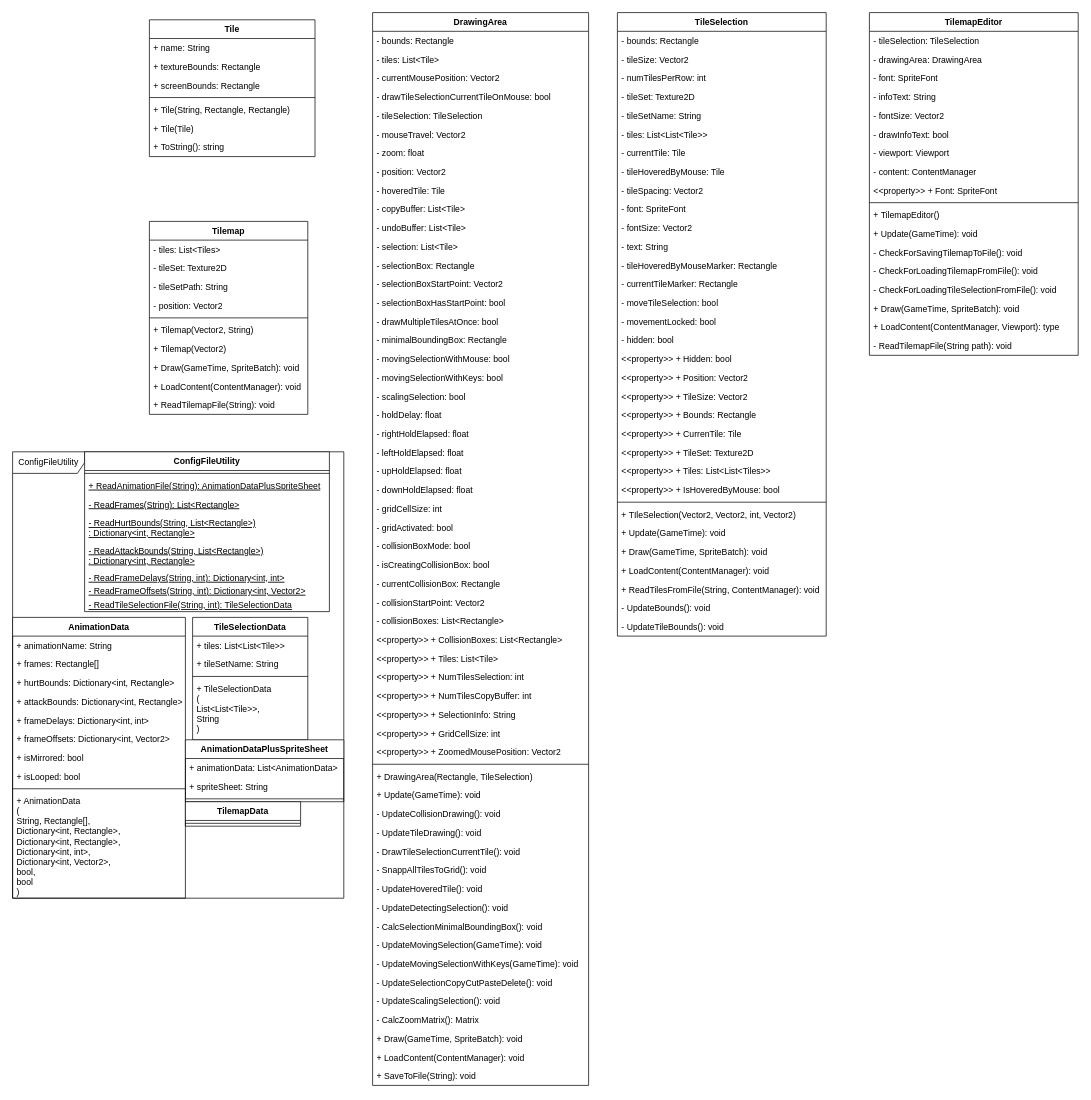
Dante3085/TilemapEditor keeps this draw.io diagram as TilemapEditor.drawio. Above is the earlier version. Source tidied: cells renumbered, new cells numbered last; positions are measured from the earlier drawing's top-left corner, leaving out a move shared by most shapes. Both pictures are drawn from the tidied source at 72%, with x=0, y=0 at pixel (12, 12).
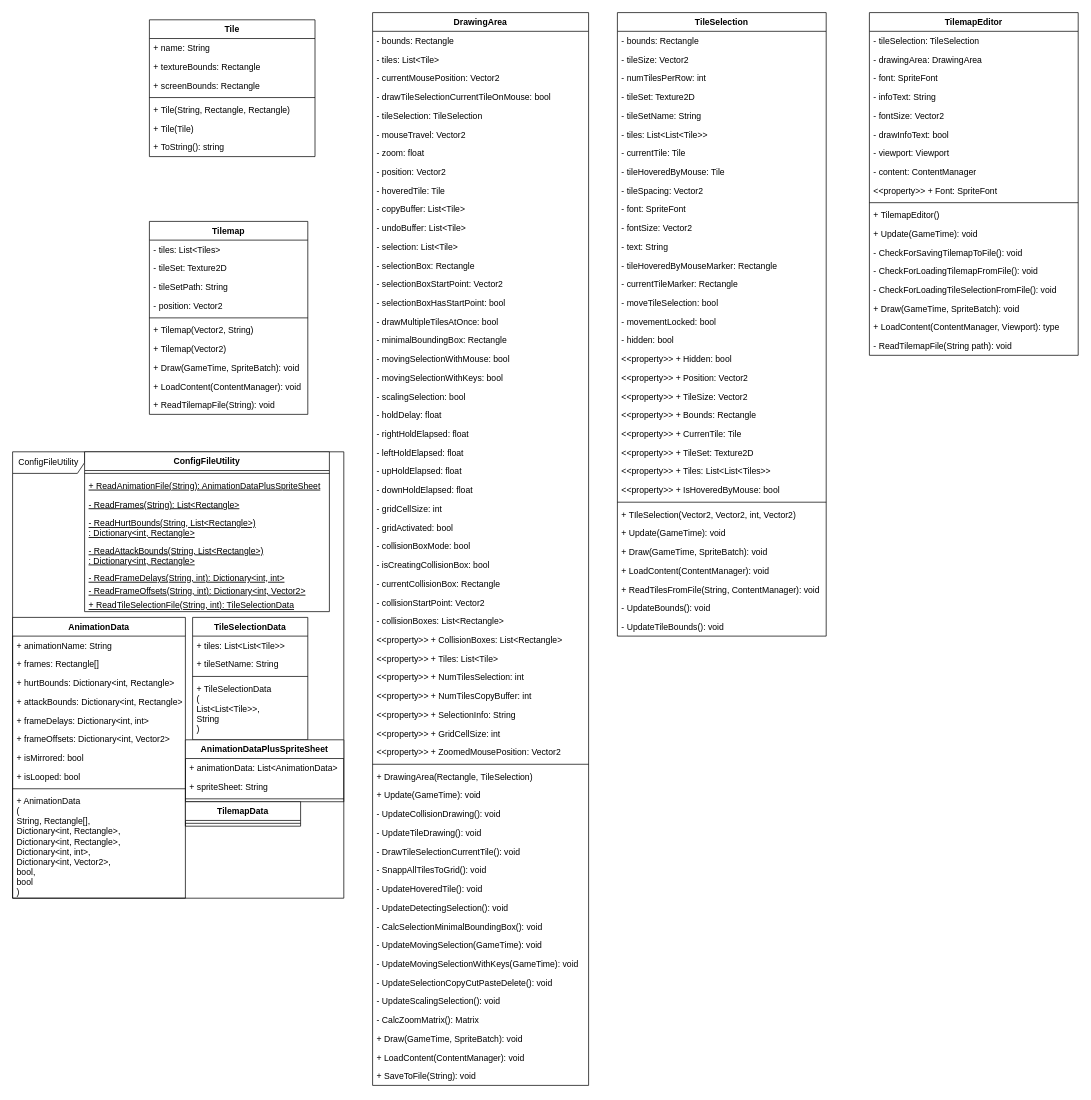
The same page after the edit.

Commit message:
Update Uml diagram

Unchanged cells that the change refers to:
```xml
<mxCell id="133" value="ConfigFileUtility" style="swimlane;fontStyle=1;align=center;verticalAlign=top;horizontal=1;startSize=26;" parent="1" vertex="1">
  <mxGeometry x="100" y="610" width="340" height="222" as="geometry" />
</mxCell>
```

Change to the diagram source:
```diff
@@
-    <mxCell id="141" value="- ReadTileSelectionFile(String, int): TileSelectionData" style="text;strokeColor=none;fillColor=none;align=left;verticalAlign=top;spacingLeft=4;spacingRight=4;overflow=hidden;fontStyle=4;" parent="133" vertex="1">
+    <mxCell id="141" value="+ ReadTileSelectionFile(String, int): TileSelectionData" style="text;strokeColor=none;fillColor=none;align=left;verticalAlign=top;spacingLeft=4;spacingRight=4;overflow=hidden;fontStyle=4;" parent="133" vertex="1">
       <mxGeometry y="200" width="340" height="22" as="geometry" />
     </mxCell>
```
